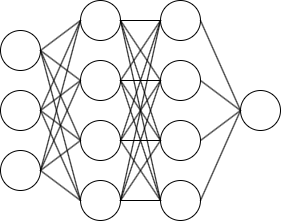
Earlier version of the draw.io export neural-network-mlp.drawio.png (lsc4719/MyViewOfComputationalGraphs). Source tidied: cells renumbered, new cells last; positions are measured from the earlier drawing's top-left corner, leaving out a move shared by most shapes. Its diagram source:
```xml
<mxGraphModel>
  <root>
    <mxCell id="0" />
    <mxCell id="1" parent="0" />
    <mxCell id="2" style="ellipse;whiteSpace=wrap;html=1;" parent="1" vertex="1">
      <mxGeometry y="30" width="40" height="40" as="geometry" />
    </mxCell>
    <mxCell id="3" style="ellipse;whiteSpace=wrap;html=1;" parent="1" vertex="1">
      <mxGeometry y="90" width="40" height="40" as="geometry" />
    </mxCell>
    <mxCell id="4" style="ellipse;whiteSpace=wrap;html=1;" parent="1" vertex="1">
      <mxGeometry y="150" width="40" height="40" as="geometry" />
    </mxCell>
    <mxCell id="5" style="ellipse;whiteSpace=wrap;html=1;" parent="1" vertex="1">
      <mxGeometry x="80" width="40" height="40" as="geometry" />
    </mxCell>
    <mxCell id="6" style="ellipse;whiteSpace=wrap;html=1;" parent="1" vertex="1">
      <mxGeometry x="80" y="60" width="40" height="40" as="geometry" />
    </mxCell>
    <mxCell id="7" style="ellipse;whiteSpace=wrap;html=1;" parent="1" vertex="1">
      <mxGeometry x="80" y="120" width="40" height="40" as="geometry" />
    </mxCell>
    <mxCell id="8" style="ellipse;whiteSpace=wrap;html=1;" parent="1" vertex="1">
      <mxGeometry x="80" y="180" width="40" height="40" as="geometry" />
    </mxCell>
    <mxCell id="9" style="ellipse;whiteSpace=wrap;html=1;" parent="1" vertex="1">
      <mxGeometry x="160" width="40" height="40" as="geometry" />
    </mxCell>
    <mxCell id="10" style="ellipse;whiteSpace=wrap;html=1;" parent="1" vertex="1">
      <mxGeometry x="160" y="60" width="40" height="40" as="geometry" />
    </mxCell>
    <mxCell id="11" style="ellipse;whiteSpace=wrap;html=1;" parent="1" vertex="1">
      <mxGeometry x="160" y="120" width="40" height="40" as="geometry" />
    </mxCell>
    <mxCell id="12" style="ellipse;whiteSpace=wrap;html=1;" parent="1" vertex="1">
      <mxGeometry x="160" y="180" width="40" height="40" as="geometry" />
    </mxCell>
    <mxCell id="13" style="ellipse;whiteSpace=wrap;html=1;" parent="1" vertex="1">
      <mxGeometry x="240" y="90" width="40" height="40" as="geometry" />
    </mxCell>
    <mxCell id="14" style="endArrow=none;html=1;rounded=0;entryX=1;entryY=0.5;entryDx=0;entryDy=0;exitX=0;exitY=0.5;exitDx=0;exitDy=0;" parent="1" edge="1" source="5" target="2">
      <mxGeometry relative="1" as="geometry" />
    </mxCell>
    <mxCell id="15" style="endArrow=none;html=1;rounded=0;entryX=1;entryY=0.5;entryDx=0;entryDy=0;exitX=0;exitY=0.5;exitDx=0;exitDy=0;" parent="1" edge="1" source="6" target="2">
      <mxGeometry relative="1" as="geometry" />
    </mxCell>
    <mxCell id="16" style="endArrow=none;html=1;rounded=0;entryX=1;entryY=0.5;entryDx=0;entryDy=0;exitX=0;exitY=0.5;exitDx=0;exitDy=0;" parent="1" edge="1" source="7" target="2">
      <mxGeometry relative="1" as="geometry" />
    </mxCell>
    <mxCell id="17" style="endArrow=none;html=1;rounded=0;entryX=1;entryY=0.5;entryDx=0;entryDy=0;exitX=0;exitY=0.5;exitDx=0;exitDy=0;" parent="1" edge="1" source="8" target="2">
      <mxGeometry relative="1" as="geometry" />
    </mxCell>
    <mxCell id="18" style="endArrow=none;html=1;rounded=0;entryX=1;entryY=0.5;entryDx=0;entryDy=0;exitX=0;exitY=0.5;exitDx=0;exitDy=0;" parent="1" edge="1" source="5" target="3">
      <mxGeometry relative="1" as="geometry" />
    </mxCell>
    <mxCell id="19" style="endArrow=none;html=1;rounded=0;entryX=1;entryY=0.5;entryDx=0;entryDy=0;exitX=0;exitY=0.5;exitDx=0;exitDy=0;" parent="1" edge="1" source="6" target="3">
      <mxGeometry relative="1" as="geometry" />
    </mxCell>
    <mxCell id="20" style="endArrow=none;html=1;rounded=0;entryX=1;entryY=0.5;entryDx=0;entryDy=0;" parent="1" edge="1" target="3">
      <mxGeometry relative="1" as="geometry">
        <mxPoint x="80" y="140" as="sourcePoint" />
      </mxGeometry>
    </mxCell>
    <mxCell id="21" style="endArrow=none;html=1;rounded=0;entryX=1;entryY=0.5;entryDx=0;entryDy=0;exitX=0;exitY=0.5;exitDx=0;exitDy=0;" parent="1" edge="1" source="8" target="3">
      <mxGeometry relative="1" as="geometry" />
    </mxCell>
    <mxCell id="22" style="endArrow=none;html=1;rounded=0;entryX=1;entryY=0.5;entryDx=0;entryDy=0;exitX=0;exitY=0.5;exitDx=0;exitDy=0;" parent="1" edge="1" source="5" target="4">
      <mxGeometry relative="1" as="geometry" />
    </mxCell>
    <mxCell id="23" style="endArrow=none;html=1;rounded=0;entryX=1;entryY=0.5;entryDx=0;entryDy=0;exitX=0;exitY=0.5;exitDx=0;exitDy=0;" parent="1" edge="1" source="6" target="4">
      <mxGeometry relative="1" as="geometry" />
    </mxCell>
    <mxCell id="24" style="endArrow=none;html=1;rounded=0;entryX=1;entryY=0.5;entryDx=0;entryDy=0;exitX=0;exitY=0.5;exitDx=0;exitDy=0;" parent="1" edge="1" source="7" target="4">
      <mxGeometry relative="1" as="geometry" />
    </mxCell>
    <mxCell id="25" style="endArrow=none;html=1;rounded=0;entryX=1;entryY=0.5;entryDx=0;entryDy=0;exitX=0;exitY=0.5;exitDx=0;exitDy=0;" parent="1" edge="1" source="8" target="4">
      <mxGeometry relative="1" as="geometry" />
    </mxCell>
    <mxCell id="26" style="endArrow=none;html=1;rounded=0;entryX=1;entryY=0.5;entryDx=0;entryDy=0;exitX=0;exitY=0.5;exitDx=0;exitDy=0;" parent="1" edge="1" source="9" target="5">
      <mxGeometry relative="1" as="geometry" />
    </mxCell>
    <mxCell id="27" style="endArrow=none;html=1;rounded=0;entryX=1;entryY=0.5;entryDx=0;entryDy=0;exitX=0;exitY=0.5;exitDx=0;exitDy=0;" parent="1" edge="1" source="10" target="5">
      <mxGeometry relative="1" as="geometry" />
    </mxCell>
    <mxCell id="28" style="endArrow=none;html=1;rounded=0;entryX=1;entryY=0.5;entryDx=0;entryDy=0;exitX=0;exitY=0.5;exitDx=0;exitDy=0;" parent="1" edge="1" source="11" target="5">
      <mxGeometry relative="1" as="geometry" />
    </mxCell>
    <mxCell id="29" style="endArrow=none;html=1;rounded=0;entryX=1;entryY=0.5;entryDx=0;entryDy=0;exitX=0;exitY=0.5;exitDx=0;exitDy=0;" parent="1" edge="1" source="12" target="5">
      <mxGeometry relative="1" as="geometry" />
    </mxCell>
    <mxCell id="30" style="endArrow=none;html=1;rounded=0;entryX=1;entryY=0.5;entryDx=0;entryDy=0;exitX=0;exitY=0.5;exitDx=0;exitDy=0;" parent="1" edge="1" source="9" target="6">
      <mxGeometry relative="1" as="geometry" />
    </mxCell>
    <mxCell id="31" style="endArrow=none;html=1;rounded=0;entryX=1;entryY=0.5;entryDx=0;entryDy=0;exitX=0;exitY=0.5;exitDx=0;exitDy=0;" parent="1" edge="1" source="10" target="6">
      <mxGeometry relative="1" as="geometry" />
    </mxCell>
    <mxCell id="32" style="endArrow=none;html=1;rounded=0;entryX=1;entryY=0.5;entryDx=0;entryDy=0;exitX=0;exitY=0.5;exitDx=0;exitDy=0;" parent="1" edge="1" source="11" target="6">
      <mxGeometry relative="1" as="geometry" />
    </mxCell>
    <mxCell id="33" style="endArrow=none;html=1;rounded=0;exitX=0;exitY=0.5;exitDx=0;exitDy=0;" parent="1" edge="1" source="12">
      <mxGeometry relative="1" as="geometry">
        <mxPoint x="120" y="80" as="targetPoint" />
      </mxGeometry>
    </mxCell>
    <mxCell id="34" style="endArrow=none;html=1;rounded=0;exitX=0;exitY=0.5;exitDx=0;exitDy=0;entryX=1;entryY=0.5;entryDx=0;entryDy=0;" parent="1" edge="1" source="9" target="7">
      <mxGeometry relative="1" as="geometry" />
    </mxCell>
    <mxCell id="35" style="endArrow=none;html=1;rounded=0;exitX=0;exitY=0.5;exitDx=0;exitDy=0;entryX=1;entryY=0.5;entryDx=0;entryDy=0;" parent="1" edge="1" source="10" target="7">
      <mxGeometry relative="1" as="geometry" />
    </mxCell>
    <mxCell id="36" style="endArrow=none;html=1;rounded=0;exitX=0;exitY=0.5;exitDx=0;exitDy=0;entryX=1;entryY=0.5;entryDx=0;entryDy=0;" parent="1" edge="1" source="11" target="7">
      <mxGeometry relative="1" as="geometry" />
    </mxCell>
    <mxCell id="37" style="endArrow=none;html=1;rounded=0;exitX=0;exitY=0.5;exitDx=0;exitDy=0;entryX=1;entryY=0.5;entryDx=0;entryDy=0;" parent="1" edge="1" source="12" target="7">
      <mxGeometry relative="1" as="geometry" />
    </mxCell>
    <mxCell id="38" style="endArrow=none;html=1;rounded=0;exitX=0;exitY=0.5;exitDx=0;exitDy=0;entryX=1;entryY=0.5;entryDx=0;entryDy=0;" parent="1" edge="1" source="9" target="8">
      <mxGeometry relative="1" as="geometry" />
    </mxCell>
    <mxCell id="39" style="endArrow=none;html=1;rounded=0;exitX=0;exitY=0.5;exitDx=0;exitDy=0;entryX=1;entryY=0.5;entryDx=0;entryDy=0;" parent="1" edge="1" source="10" target="8">
      <mxGeometry relative="1" as="geometry" />
    </mxCell>
    <mxCell id="40" style="endArrow=none;html=1;rounded=0;exitX=0;exitY=0.5;exitDx=0;exitDy=0;entryX=1;entryY=0.5;entryDx=0;entryDy=0;" parent="1" edge="1" source="11" target="8">
      <mxGeometry relative="1" as="geometry" />
    </mxCell>
    <mxCell id="41" style="endArrow=none;html=1;rounded=0;exitX=0;exitY=0.5;exitDx=0;exitDy=0;entryX=1;entryY=0.5;entryDx=0;entryDy=0;" parent="1" edge="1" source="12" target="8">
      <mxGeometry relative="1" as="geometry" />
    </mxCell>
    <mxCell id="42" style="endArrow=none;html=1;rounded=0;exitX=1;exitY=0.5;exitDx=0;exitDy=0;entryX=0;entryY=0.5;entryDx=0;entryDy=0;" parent="1" edge="1" source="9" target="13">
      <mxGeometry relative="1" as="geometry" />
    </mxCell>
    <mxCell id="43" style="endArrow=none;html=1;rounded=0;exitX=1;exitY=0.5;exitDx=0;exitDy=0;" parent="1" edge="1" source="10">
      <mxGeometry relative="1" as="geometry">
        <mxPoint x="240" y="110" as="targetPoint" />
      </mxGeometry>
    </mxCell>
    <mxCell id="44" style="endArrow=none;html=1;rounded=0;exitX=1;exitY=0.5;exitDx=0;exitDy=0;entryX=0;entryY=0.5;entryDx=0;entryDy=0;" parent="1" edge="1" source="11" target="13">
      <mxGeometry relative="1" as="geometry" />
    </mxCell>
    <mxCell id="45" style="endArrow=none;html=1;rounded=0;exitX=1;exitY=0.5;exitDx=0;exitDy=0;entryX=0;entryY=0.5;entryDx=0;entryDy=0;" parent="1" edge="1" source="12" target="13">
      <mxGeometry relative="1" as="geometry" />
    </mxCell>
  </root>
</mxGraphModel>
```
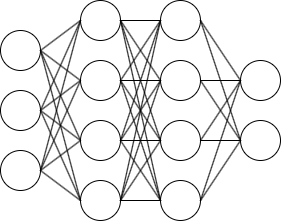
After the change.

Commit message:
neural-network-mlp.drawio.png이 추가되었습니다.

Diff of the diagram source:
```diff
@@ -36,7 +36,7 @@
       <mxGeometry x="160" y="180" width="40" height="40" as="geometry" />
     </mxCell>
     <mxCell id="13" style="ellipse;whiteSpace=wrap;html=1;" parent="1" vertex="1">
-      <mxGeometry x="240" y="90" width="40" height="40" as="geometry" />
+      <mxGeometry x="240" y="60" width="40" height="40" as="geometry" />
     </mxCell>
     <mxCell id="14" style="endArrow=none;html=1;rounded=0;entryX=1;entryY=0.5;entryDx=0;entryDy=0;exitX=0;exitY=0.5;exitDx=0;exitDy=0;" parent="1" edge="1" source="5" target="2">
       <mxGeometry relative="1" as="geometry" />
@@ -129,10 +129,8 @@
     <mxCell id="42" style="endArrow=none;html=1;rounded=0;exitX=1;exitY=0.5;exitDx=0;exitDy=0;entryX=0;entryY=0.5;entryDx=0;entryDy=0;" parent="1" edge="1" source="9" target="13">
       <mxGeometry relative="1" as="geometry" />
     </mxCell>
-    <mxCell id="43" style="endArrow=none;html=1;rounded=0;exitX=1;exitY=0.5;exitDx=0;exitDy=0;" parent="1" edge="1" source="10">
-      <mxGeometry relative="1" as="geometry">
-        <mxPoint x="240" y="110" as="targetPoint" />
-      </mxGeometry>
+    <mxCell id="43" style="endArrow=none;html=1;rounded=0;exitX=1;exitY=0.5;exitDx=0;exitDy=0;entryX=0;entryY=0.5;entryDx=0;entryDy=0;" parent="1" edge="1" source="10" target="13">
+      <mxGeometry relative="1" as="geometry" />
     </mxCell>
     <mxCell id="44" style="endArrow=none;html=1;rounded=0;exitX=1;exitY=0.5;exitDx=0;exitDy=0;entryX=0;entryY=0.5;entryDx=0;entryDy=0;" parent="1" edge="1" source="11" target="13">
       <mxGeometry relative="1" as="geometry" />
@@ -140,5 +138,20 @@
     <mxCell id="45" style="endArrow=none;html=1;rounded=0;exitX=1;exitY=0.5;exitDx=0;exitDy=0;entryX=0;entryY=0.5;entryDx=0;entryDy=0;" parent="1" edge="1" source="12" target="13">
       <mxGeometry relative="1" as="geometry" />
     </mxCell>
+    <mxCell id="46" style="ellipse;whiteSpace=wrap;html=1;" parent="1" vertex="1">
+      <mxGeometry x="240" y="120" width="40" height="40" as="geometry" />
+    </mxCell>
+    <mxCell id="47" style="endArrow=none;html=1;rounded=0;exitX=1;exitY=0.5;exitDx=0;exitDy=0;entryX=0;entryY=0.5;entryDx=0;entryDy=0;" parent="1" edge="1" source="9" target="46">
+      <mxGeometry relative="1" as="geometry" />
+    </mxCell>
+    <mxCell id="48" style="endArrow=none;html=1;rounded=0;exitX=1;exitY=0.5;exitDx=0;exitDy=0;entryX=0;entryY=0.5;entryDx=0;entryDy=0;" parent="1" edge="1" source="10" target="46">
+      <mxGeometry relative="1" as="geometry" />
+    </mxCell>
+    <mxCell id="49" style="endArrow=none;html=1;rounded=0;exitX=1;exitY=0.5;exitDx=0;exitDy=0;entryX=0;entryY=0.5;entryDx=0;entryDy=0;" parent="1" edge="1" source="11" target="46">
+      <mxGeometry relative="1" as="geometry" />
+    </mxCell>
+    <mxCell id="50" style="endArrow=none;html=1;rounded=0;exitX=1;exitY=0.5;exitDx=0;exitDy=0;entryX=0;entryY=0.5;entryDx=0;entryDy=0;" parent="1" edge="1" source="12" target="46">
+      <mxGeometry relative="1" as="geometry" />
+    </mxCell>
   </root>
 </mxGraphModel>
```
